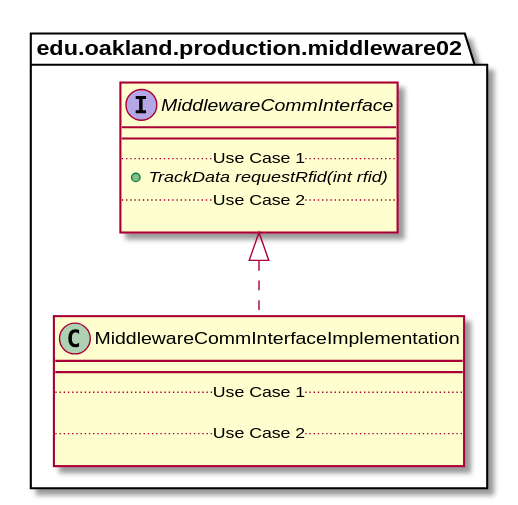
elilley15/csi-3370-software-project keeps this PlantUML diagram as docs/uml-class-diagrams/middleware02/production/MiddlewareCommInterfaceImplementation/MiddlewareCommInterfaceImplementation_DirectDependencies.svg. Above is the earlier version.
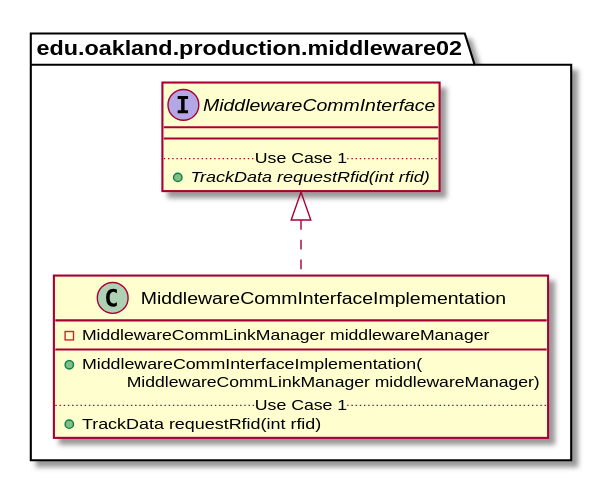
After the change.

The edit, as a diff of the source:
```diff
@@ -3,12 +3,12 @@
 
 package edu.oakland.production.middleware02 {
     class MiddlewareCommInterfaceImplementation {
+        - MiddlewareCommLinkManager middlewareManager
         __
+        + MiddlewareCommInterfaceImplementation(
+        \tMiddlewareCommLinkManager middlewareManager)
         .. Use Case 1 ..
-
-        .. Use Case 2 ..
-
-    }
+        + TrackData requestRfid(int rfid)
 }
 
 
@@ -18,8 +18,6 @@
         __
         .. Use Case 1 ..
         {abstract} + TrackData requestRfid(int rfid)
-        .. Use Case 2 ..
-
     }
 }
 
```
